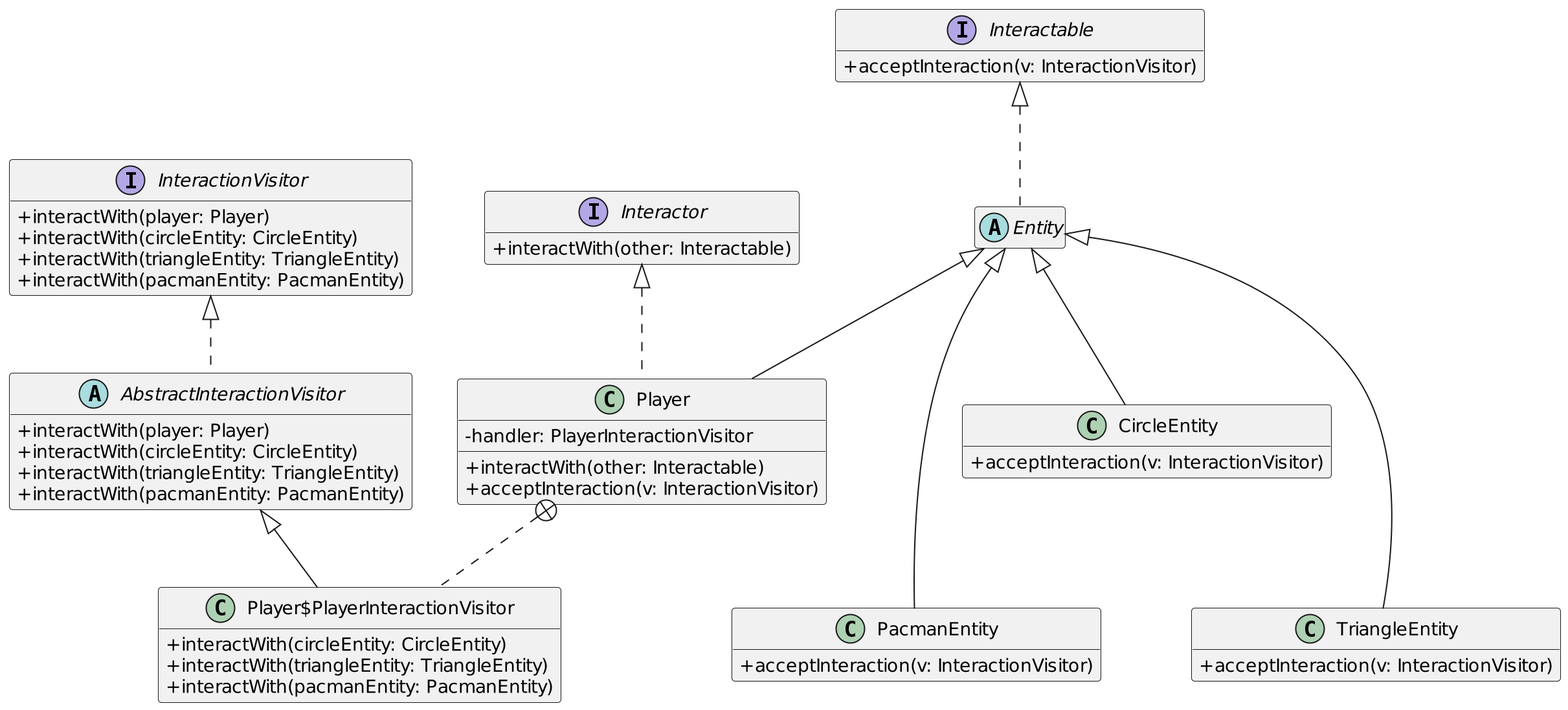
Earlier version of the PlantUML export presentation/visitor-example-simplified.png (heig-lherman/mcr-project).
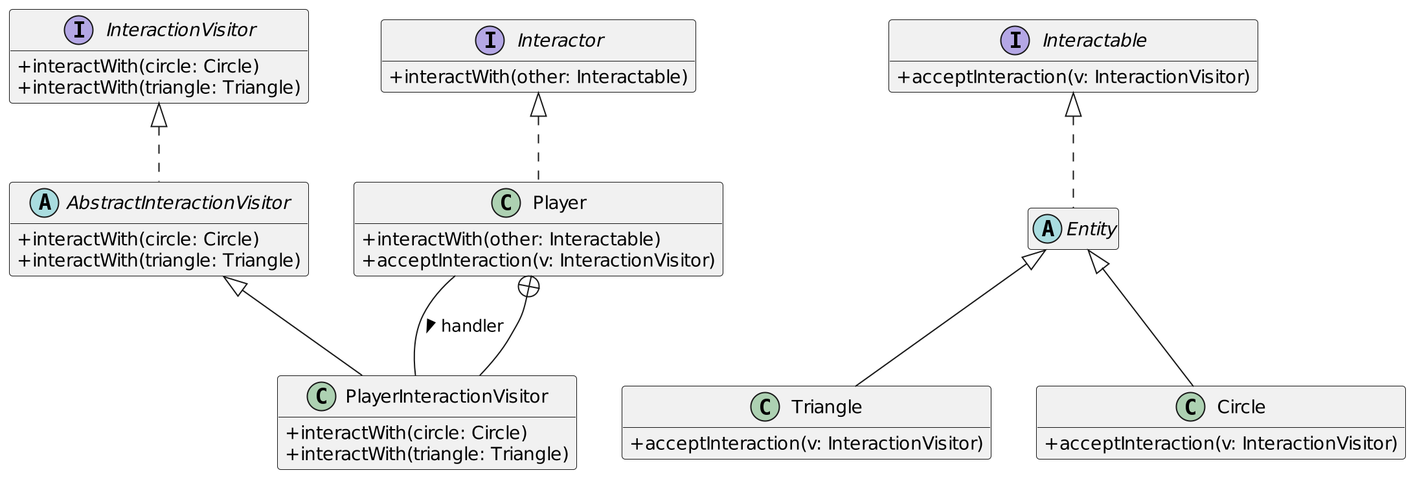
Above is the later version.

Commit message:
Latest version of visitor-example-simplified

Diff of the diagram source:
```diff
@@ -4,14 +4,14 @@
 hide empty members
 
 
-CircleEntity -[hidden]- PacmanEntity
-CircleEntity -[hidden]- TriangleEntity
+
+Player -- PlayerInteractionVisitor: handler >
 
 interface Interactable {
 + acceptInteraction(v: InteractionVisitor)
 }
 
-class TriangleEntity {
+class Triangle {
 + acceptInteraction(v: InteractionVisitor)
 }
 
@@ -19,54 +19,41 @@
 + interactWith(other: Interactable)
 }
 
-class CircleEntity {
+class Circle {
 + acceptInteraction(v: InteractionVisitor)
 }
 
 abstract class Entity {
 }
 
-
-class PacmanEntity {
-+ acceptInteraction(v: InteractionVisitor)
-}
-
 abstract class AbstractInteractionVisitor {
-+ interactWith(player: Player)
-+ interactWith(circleEntity: CircleEntity)
-+ interactWith(triangleEntity: TriangleEntity)
-+ interactWith(pacmanEntity: PacmanEntity)
++ interactWith(circle: Circle)
++ interactWith(triangle: Triangle)
 }
 
 interface InteractionVisitor {
-+ interactWith(player: Player)
-+ interactWith(circleEntity: CircleEntity)
-+ interactWith(triangleEntity: TriangleEntity)
-+ interactWith(pacmanEntity: PacmanEntity)
++ interactWith(circle: Circle)
++ interactWith(triangle: Triangle)
 }
 
 class Player {
-- handler: PlayerInteractionVisitor
 + interactWith(other: Interactable)
 + acceptInteraction(v: InteractionVisitor)
 }
 
 
-class Player$PlayerInteractionVisitor {
-+ interactWith(circleEntity: CircleEntity)
-+ interactWith(triangleEntity: TriangleEntity)
-+ interactWith(pacmanEntity: PacmanEntity)
+class PlayerInteractionVisitor {
++ interactWith(circle: Circle)
++ interactWith(triangle: Triangle)
 }
 
 
 
-Entity <|-- TriangleEntity
-Entity <|-- CircleEntity
+Entity <|-- Triangle
+Entity <|-- Circle
 Interactable <|.. Entity
-Entity <|-- PacmanEntity
 InteractionVisitor <|.. AbstractInteractionVisitor
 Interactor <|.. Player
-Entity <|-- Player
-Player +.. Player$PlayerInteractionVisitor
-AbstractInteractionVisitor <|-- Player$PlayerInteractionVisitor
+Player +-- PlayerInteractionVisitor
+AbstractInteractionVisitor <|-- PlayerInteractionVisitor
 @enduml
```
